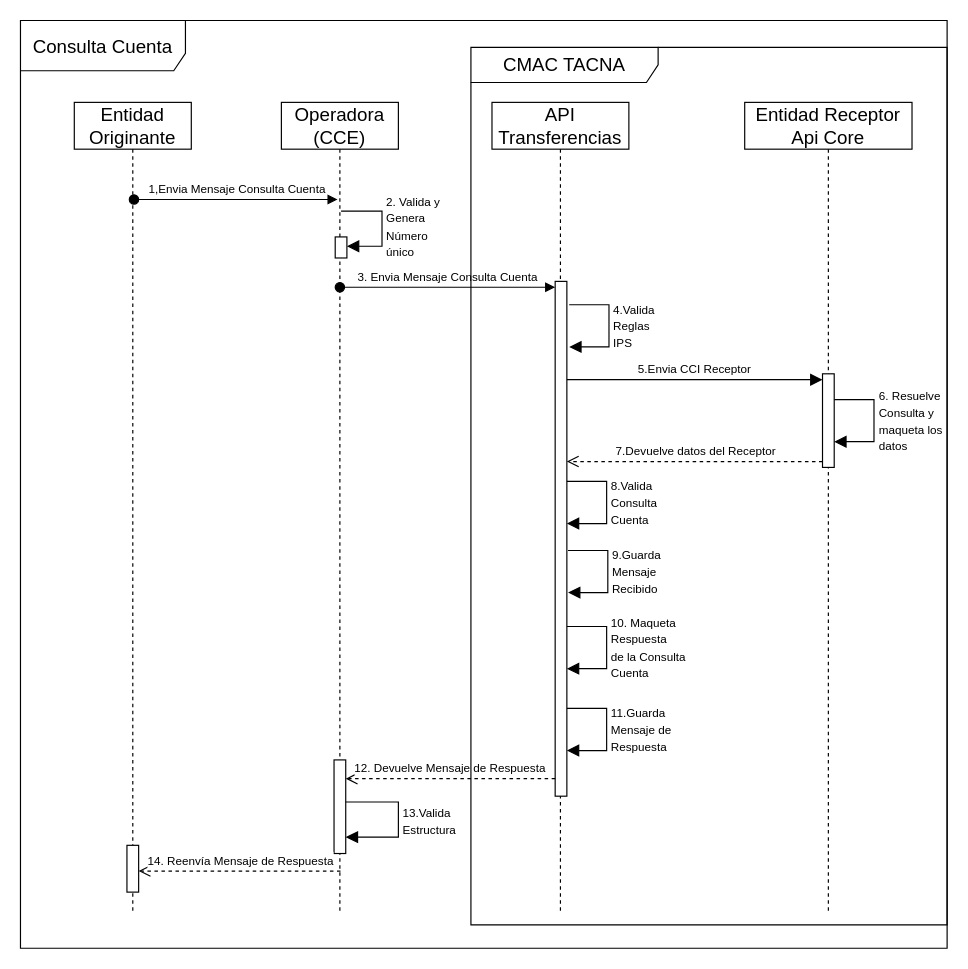
Before: page "D. Secuencia Input_Orden_Transferencia (INPUT)" (5 of 7) of Diagramas.drawio in Richard-MJ/CMACT, a draw.io diagram. Source tidied: cells renumbered, new cells numbered last; positions are measured from the earlier drawing's top-left corner, leaving out a move shared by most shapes. Both pictures are drawn from the tidied source at 117%, with x=0, y=0 at pixel (20, 20).
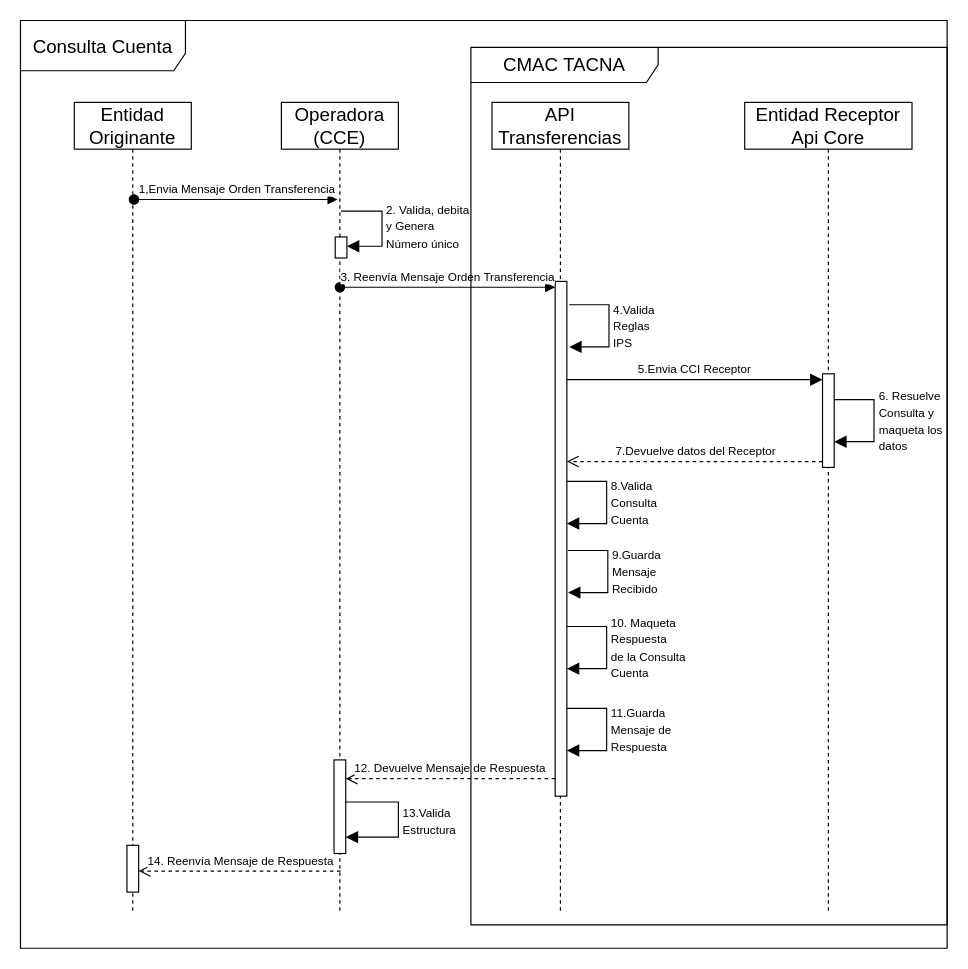
Above is the later version.

The change refers to these unchanged cells:
```xml
<mxCell id="10" style="html=1;points=[[0,0,0,0,5],[0,1,0,0,-5],[1,0,0,0,5],[1,1,0,0,-5]];perimeter=orthogonalPerimeter;outlineConnect=0;targetShapes=umlLifeline;portConstraint=eastwest;newEdgeStyle={&quot;curved&quot;:0,&quot;rounded&quot;:0};fontSize=16;" parent="1" vertex="1">
  <mxGeometry x="269" y="185" width="10" height="18" as="geometry" />
</mxCell>
<mxCell id="12" style="html=1;points=[[0,0,0,0,5],[0,1,0,0,-5],[1,0,0,0,5],[1,1,0,0,-5]];perimeter=orthogonalPerimeter;outlineConnect=0;targetShapes=umlLifeline;portConstraint=eastwest;newEdgeStyle={&quot;curved&quot;:0,&quot;rounded&quot;:0};fontSize=16;" parent="1" vertex="1">
  <mxGeometry x="457" y="223" width="10" height="440" as="geometry" />
</mxCell>
```

What changed in the source:
```diff
@@
-    <mxCell id="9" value="&lt;font style=&quot;font-size: 10px;&quot;&gt;1,Envia Mensaje Consulta Cuenta&lt;/font&gt;" style="html=1;verticalAlign=bottom;startArrow=oval;startFill=1;endArrow=block;startSize=8;curved=0;rounded=0;fontSize=12;" parent="1" edge="1">
+    <mxCell id="9" value="&lt;font style=&quot;font-size: 10px;&quot;&gt;1,Envia Mensaje Orden Transferencia&lt;/font&gt;" style="html=1;verticalAlign=bottom;startArrow=oval;startFill=1;endArrow=block;startSize=8;curved=0;rounded=0;fontSize=12;" parent="1" edge="1">
       <mxGeometry x="0.01" relative="1" as="geometry">
         <mxPoint x="97" y="153" as="sourcePoint" />
         <mxPoint x="271" y="153" as="targetPoint" />
       </mxGeometry>
     </mxCell>
@@
-    <mxCell id="11" value="&lt;font style=&quot;font-size: 10px;&quot;&gt;2. Valida y&amp;nbsp;&lt;br&gt;Genera &lt;br&gt;Número &lt;br&gt;único&lt;/font&gt;" style="html=1;align=left;spacingLeft=2;endArrow=block;rounded=0;edgeStyle=orthogonalEdgeStyle;curved=0;rounded=0;fontSize=12;startSize=8;endSize=8;" parent="1" edge="1" target="10">
+    <mxCell id="11" value="&lt;font style=&quot;font-size: 10px;&quot;&gt;2. Valida, debita &lt;br&gt;y Genera &lt;br&gt;Número único&lt;/font&gt;" style="html=1;align=left;spacingLeft=2;endArrow=block;rounded=0;edgeStyle=orthogonalEdgeStyle;curved=0;rounded=0;fontSize=12;startSize=8;endSize=8;" parent="1" edge="1" target="10">
       <mxGeometry x="0.01" relative="1" as="geometry">
         <mxPoint x="274" y="163" as="sourcePoint" />
         <Array as="points">
           <mxPoint x="309" y="193" />
         </Array>
       </mxGeometry>
     </mxCell>
@@
-    <mxCell id="13" value="&lt;font style=&quot;font-size: 10px;&quot;&gt;3. Envia Mensaje Consulta Cuenta&lt;/font&gt;" style="html=1;verticalAlign=bottom;startArrow=oval;endArrow=block;startSize=8;curved=0;rounded=0;entryX=0;entryY=0;entryDx=0;entryDy=5;fontSize=12;" parent="1" edge="1" target="12">
+    <mxCell id="13" value="&lt;font style=&quot;font-size: 10px;&quot;&gt;3. Reenvía Mensaje Orden Transferencia&lt;br&gt;&lt;/font&gt;" style="html=1;verticalAlign=bottom;startArrow=oval;endArrow=block;startSize=8;curved=0;rounded=0;entryX=0;entryY=0;entryDx=0;entryDy=5;fontSize=12;" parent="1" edge="1" target="12">
       <mxGeometry relative="1" as="geometry">
         <mxPoint x="273" y="228" as="sourcePoint" />
       </mxGeometry>
     </mxCell>
```
